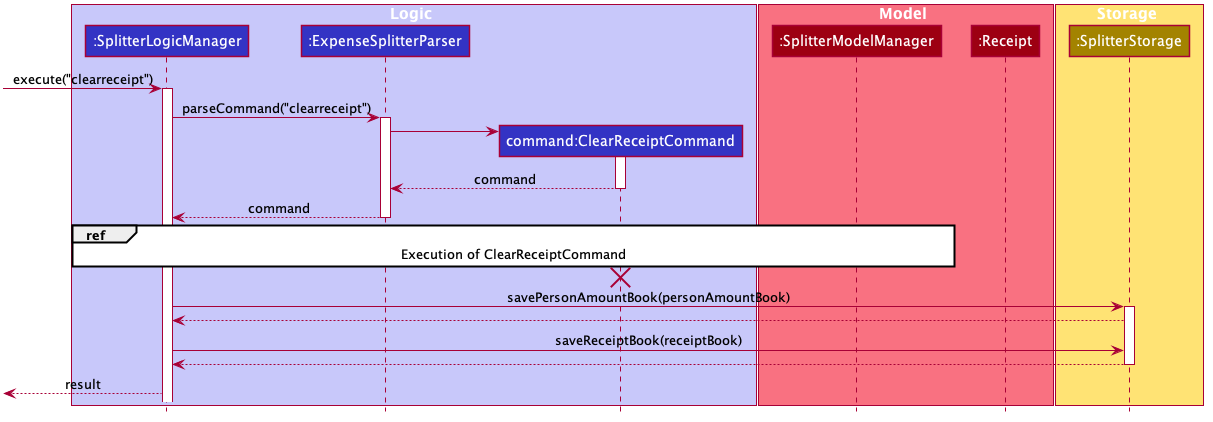
Above: images/ExpenseSplitterClearReceiptCommandSequenceDiagram.png in AY1920S2-CS2103T-W13-1/main (PlantUML), before the change.
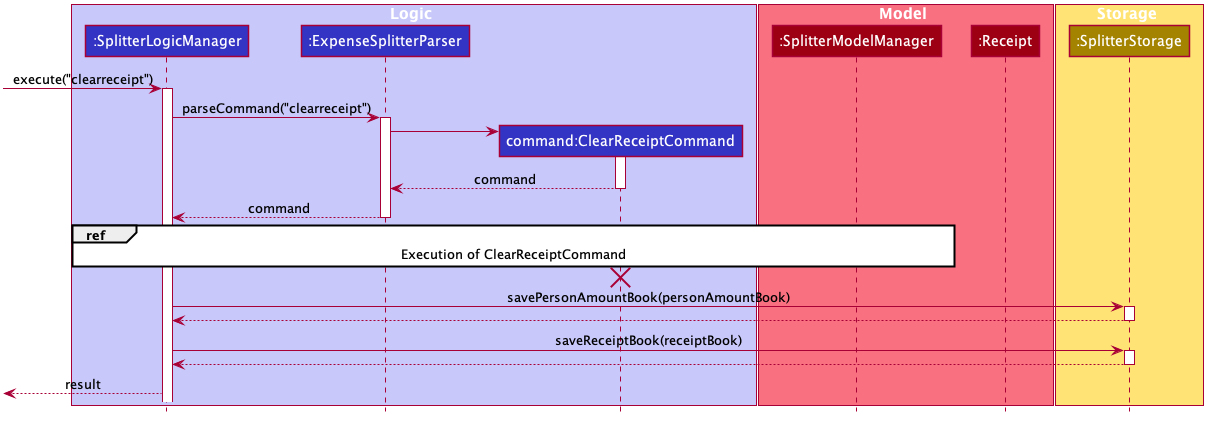
After the change.

Diff of the diagram source:
```diff
@@ -87,9 +87,12 @@
 SplitterLogicManager -> SplitterStorageManager : savePersonAmountBook(personAmountBook)
 activate SplitterStorageManager
 SplitterStorageManager --> SplitterLogicManager
+deactivate SplitterStorageManager
 
 SplitterLogicManager -> SplitterStorageManager : saveReceiptBook(receiptBook)
+activate SplitterStorageManager
 SplitterStorageManager --> SplitterLogicManager
+deactivate SplitterStorageManager
 
 deactivate SplitterStorageManager
 
```
